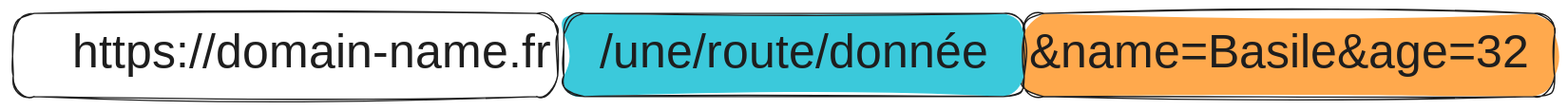
This is notebooks/media/http-get-arguments.excalidraw.svg from ue22-p25/backend, a Excalidraw export, as it was before one commit. Source tidied: one line per element, renumbered; positions are measured from the earlier drawing's top-left corner, leaving out a move shared by most shapes. The source it was exported from:
```json
{"id": 0, "type": "rectangle", "strokeColor": "#1e1e1e", "strokeWidth": 1, "roughness": 2, "round": true, "x": 0, "y": 0, "width": 409, "height": 63}
{"id": 1, "type": "text", "text": "https://domain-name.fr", "strokeColor": "#1e1e1e", "backgroundColor": "#ffffff", "fillStyle": "solid", "strokeWidth": 1, "roughness": 0, "fontSize": 36, "fontFamily": 5, "textAlign": "right", "verticalAlign": "middle", "inside": 0, "x": 73, "y": 9, "width": 331, "height": 45}
{"id": 2, "type": "rectangle", "strokeColor": "#1e1e1e", "backgroundColor": "#ffa94d", "fillStyle": "solid", "strokeWidth": 1, "roughness": 2, "round": true, "x": 759, "y": 0, "width": 400, "height": 63}
{"id": 3, "type": "text", "text": "&name=Basile&age=32", "strokeColor": "#1e1e1e", "backgroundColor": "#ffffff", "fillStyle": "solid", "strokeWidth": 1, "roughness": 0, "fontSize": 36, "fontFamily": 5, "verticalAlign": "middle", "inside": 2, "x": 764, "y": 9, "width": 351, "height": 45}
{"id": 4, "type": "rectangle", "strokeColor": "#1e1e1e", "backgroundColor": "#3bc9db", "fillStyle": "solid", "strokeWidth": 1, "roughness": 2, "round": true, "x": 414, "y": 0, "width": 346, "height": 63}
{"id": 5, "type": "text", "text": "/une/route/donnée", "strokeColor": "#1e1e1e", "backgroundColor": "#ffffff", "fillStyle": "solid", "strokeWidth": 1, "roughness": 0, "fontSize": 36, "fontFamily": 5, "textAlign": "center", "verticalAlign": "middle", "inside": 4, "x": 457, "y": 9, "width": 260, "height": 45}
```
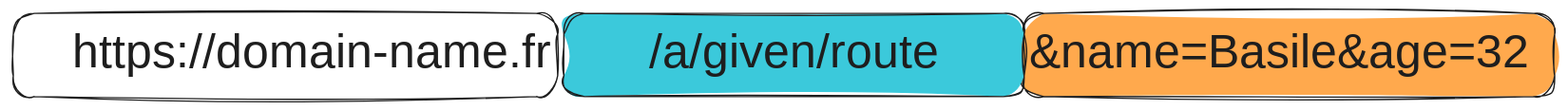
The same diagram one commit later.

Diff of the diagram source:
```diff
@@ -3,4 +3,4 @@
 {"id": 2, "type": "rectangle", "strokeColor": "#1e1e1e", "backgroundColor": "#ffa94d", "fillStyle": "solid", "strokeWidth": 1, "roughness": 2, "round": true, "x": 759, "y": 0, "width": 400, "height": 63}
 {"id": 3, "type": "text", "text": "&name=Basile&age=32", "strokeColor": "#1e1e1e", "backgroundColor": "#ffffff", "fillStyle": "solid", "strokeWidth": 1, "roughness": 0, "fontSize": 36, "fontFamily": 5, "verticalAlign": "middle", "inside": 2, "x": 764, "y": 9, "width": 351, "height": 45}
 {"id": 4, "type": "rectangle", "strokeColor": "#1e1e1e", "backgroundColor": "#3bc9db", "fillStyle": "solid", "strokeWidth": 1, "roughness": 2, "round": true, "x": 414, "y": 0, "width": 346, "height": 63}
-{"id": 5, "type": "text", "text": "/une/route/donnée", "strokeColor": "#1e1e1e", "backgroundColor": "#ffffff", "fillStyle": "solid", "strokeWidth": 1, "roughness": 0, "fontSize": 36, "fontFamily": 5, "textAlign": "center", "verticalAlign": "middle", "inside": 4, "x": 457, "y": 9, "width": 260, "height": 45}
+{"id": 5, "type": "text", "text": "/a/given/route", "strokeColor": "#1e1e1e", "backgroundColor": "#ffffff", "fillStyle": "solid", "strokeWidth": 1, "roughness": 0, "fontSize": 36, "fontFamily": 5, "textAlign": "center", "verticalAlign": "middle", "inside": 4, "x": 457, "y": 9, "width": 259, "height": 45}
```
